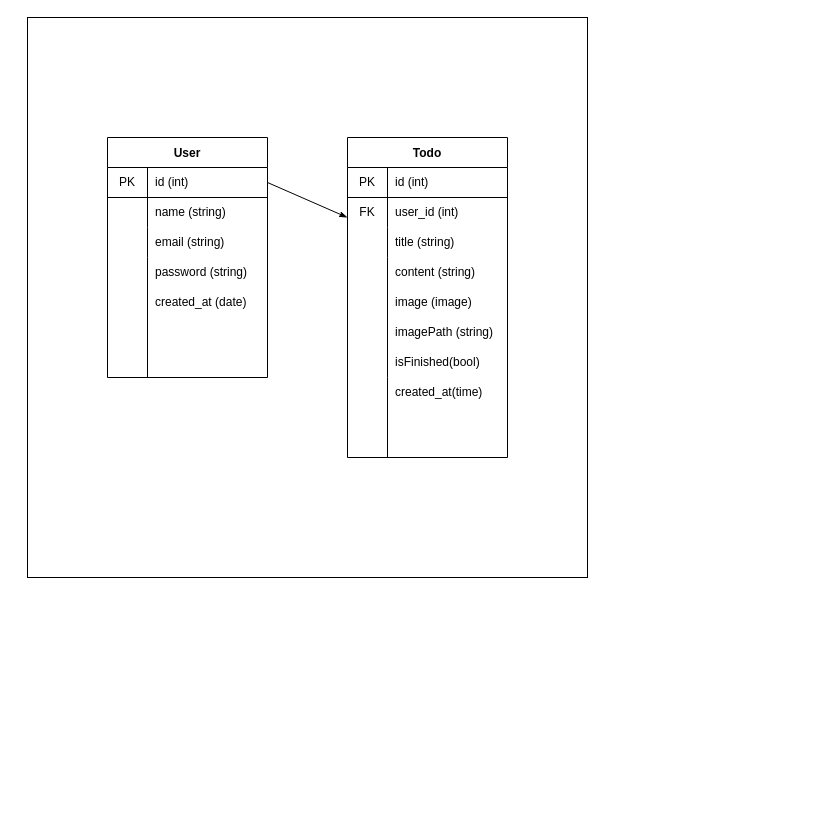
Earlier version of the draw.io diagram api/assets/dev/ModelDesign/ER.dio (kory-jp/react_golang_mux). Source tidied: cells renumbered, new cells numbered last; positions are measured from the earlier drawing's top-left corner, leaving out a move shared by most shapes. Both pictures are drawn from the tidied source at 100%, with x=0, y=0 at pixel (27, 17).
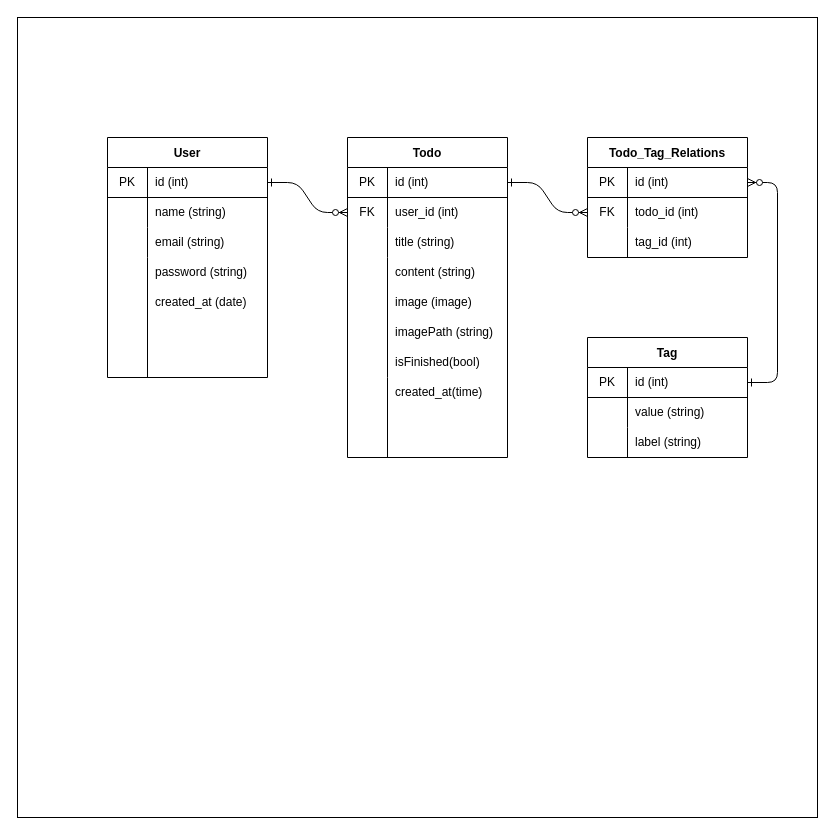
The same page after the edit.

Unchanged cells that the change refers to:
```xml
<mxCell id="4" style="shape=partialRectangle;html=1;whiteSpace=wrap;fillColor=none;top=0;left=0;bottom=1;right=0;points=[[0,0.5],[1,0.5]];portConstraint=eastwest;" parent="3" vertex="1">
  <mxGeometry y="30" width="160" height="30" as="geometry" />
</mxCell>
<mxCell id="19" style="shape=partialRectangle;html=1;whiteSpace=wrap;fillColor=none;top=0;left=0;bottom=1;right=0;points=[[0,0.5],[1,0.5]];portConstraint=eastwest;" parent="18" vertex="1">
  <mxGeometry y="30" width="160" height="30" as="geometry" />
</mxCell>
<mxCell id="22" style="shape=partialRectangle;html=1;whiteSpace=wrap;fillColor=none;top=0;left=0;bottom=0;right=0;points=[[0,0.5],[1,0.5]];portConstraint=eastwest;" parent="18" vertex="1">
  <mxGeometry y="60" width="160" height="30" as="geometry" />
</mxCell>
```

The edit, as a diff of the source:
```diff
@@
     <mxCell id="2" style="whiteSpace=wrap;html=1;fillColor=default;" parent="1" vertex="1">
-      <mxGeometry width="560" height="560" as="geometry" />
+      <mxGeometry x="-10" width="800" height="800" as="geometry" />
     </mxCell>
@@
+    <mxCell id="36" value="Todo_Tag_Relations" style="shape=table;startSize=30;childLayout=tableLayout;rowLines=0;fontStyle=1;align=center;fillColor=default;" parent="1" vertex="1">
+      <mxGeometry x="560" y="120" width="160" height="120" as="geometry" />
+    </mxCell>
+    <mxCell id="37" style="shape=partialRectangle;html=1;whiteSpace=wrap;fillColor=none;top=0;left=0;bottom=1;right=0;points=[[0,0.5],[1,0.5]];portConstraint=eastwest;" parent="36" vertex="1">
+      <mxGeometry y="30" width="160" height="30" as="geometry" />
+    </mxCell>
+    <mxCell id="38" value="PK" style="shape=partialRectangle;html=1;whiteSpace=wrap;fillColor=none;top=0;left=0;bottom=0;right=0;overflow=hidden;" parent="37" vertex="1">
+      <mxGeometry width="40" height="30" as="geometry" />
+    </mxCell>
+    <mxCell id="39" value="id (int)" style="shape=partialRectangle;html=1;whiteSpace=wrap;fillColor=none;top=0;left=0;bottom=0;right=0;align=left;spacingLeft=6;overflow=hidden;" parent="37" vertex="1">
+      <mxGeometry x="40" width="120" height="30" as="geometry" />
+    </mxCell>
+    <mxCell id="40" style="shape=partialRectangle;html=1;whiteSpace=wrap;fillColor=none;top=0;left=0;bottom=0;right=0;points=[[0,0.5],[1,0.5]];portConstraint=eastwest;" parent="36" vertex="1">
+      <mxGeometry y="60" width="160" height="30" as="geometry" />
+    </mxCell>
+    <mxCell id="41" value="FK" style="shape=partialRectangle;html=1;whiteSpace=wrap;fillColor=none;top=0;left=0;bottom=0;right=0;overflow=hidden;" parent="40" vertex="1">
+      <mxGeometry width="40" height="30" as="geometry" />
+    </mxCell>
+    <mxCell id="42" value="todo_id (int)" style="shape=partialRectangle;html=1;whiteSpace=wrap;fillColor=none;top=0;left=0;bottom=0;right=0;align=left;spacingLeft=6;overflow=hidden;" parent="40" vertex="1">
+      <mxGeometry x="40" width="120" height="30" as="geometry" />
+    </mxCell>
+    <mxCell id="43" style="shape=partialRectangle;html=1;whiteSpace=wrap;fillColor=none;top=0;left=0;bottom=0;right=0;" parent="36" vertex="1">
+      <mxGeometry y="90" width="160" height="30" as="geometry" />
+    </mxCell>
+    <mxCell id="44" style="shape=partialRectangle;html=1;whiteSpace=wrap;fillColor=none;top=0;left=0;bottom=0;right=0;overflow=hidden;" parent="43" vertex="1">
+      <mxGeometry width="40" height="30" as="geometry" />
+    </mxCell>
+    <mxCell id="45" value="tag_id (int)" style="shape=partialRectangle;html=1;whiteSpace=wrap;fillColor=none;top=0;left=0;bottom=0;right=0;align=left;spacingLeft=6;overflow=hidden;" parent="43" vertex="1">
+      <mxGeometry x="40" width="120" height="30" as="geometry" />
+    </mxCell>
+    <mxCell id="46" value="Tag" style="shape=table;startSize=30;childLayout=tableLayout;rowLines=0;fontStyle=1;align=center;fillColor=default;" parent="1" vertex="1">
+      <mxGeometry x="560" y="320" width="160" height="120" as="geometry" />
+    </mxCell>
+    <mxCell id="47" style="shape=partialRectangle;html=1;whiteSpace=wrap;fillColor=none;top=0;left=0;bottom=1;right=0;points=[[0,0.5],[1,0.5]];portConstraint=eastwest;" parent="46" vertex="1">
+      <mxGeometry y="30" width="160" height="30" as="geometry" />
+    </mxCell>
+    <mxCell id="48" value="PK" style="shape=partialRectangle;html=1;whiteSpace=wrap;fillColor=none;top=0;left=0;bottom=0;right=0;overflow=hidden;" parent="47" vertex="1">
+      <mxGeometry width="40" height="30" as="geometry" />
+    </mxCell>
+    <mxCell id="49" value="id (int)" style="shape=partialRectangle;html=1;whiteSpace=wrap;fillColor=none;top=0;left=0;bottom=0;right=0;align=left;spacingLeft=6;overflow=hidden;" parent="47" vertex="1">
+      <mxGeometry x="40" width="120" height="30" as="geometry" />
+    </mxCell>
+    <mxCell id="50" style="shape=partialRectangle;html=1;whiteSpace=wrap;fillColor=none;top=0;left=0;bottom=0;right=0;" parent="46" vertex="1">
+      <mxGeometry y="60" width="160" height="30" as="geometry" />
+    </mxCell>
+    <mxCell id="51" style="shape=partialRectangle;html=1;whiteSpace=wrap;fillColor=none;top=0;left=0;bottom=0;right=0;overflow=hidden;" parent="50" vertex="1">
+      <mxGeometry width="40" height="30" as="geometry" />
+    </mxCell>
+    <mxCell id="52" value="value (string)" style="shape=partialRectangle;html=1;whiteSpace=wrap;fillColor=none;top=0;left=0;bottom=0;right=0;align=left;spacingLeft=6;overflow=hidden;" parent="50" vertex="1">
+      <mxGeometry x="40" width="120" height="30" as="geometry" />
+    </mxCell>
+    <mxCell id="53" style="shape=partialRectangle;html=1;whiteSpace=wrap;fillColor=none;top=0;left=0;bottom=0;right=0;" parent="46" vertex="1">
+      <mxGeometry y="90" width="160" height="30" as="geometry" />
+    </mxCell>
+    <mxCell id="54" style="shape=partialRectangle;html=1;whiteSpace=wrap;fillColor=none;top=0;left=0;bottom=0;right=0;overflow=hidden;" parent="53" vertex="1">
+      <mxGeometry width="40" height="30" as="geometry" />
+    </mxCell>
+    <mxCell id="55" value="label (string)" style="shape=partialRectangle;html=1;whiteSpace=wrap;fillColor=none;top=0;left=0;bottom=0;right=0;align=left;spacingLeft=6;overflow=hidden;" parent="53" vertex="1">
+      <mxGeometry x="40" width="120" height="30" as="geometry" />
+    </mxCell>
-    <mxCell id="35" style="edgeStyle=none;html=1;exitX=1;exitY=0.5;exitDx=0;exitDy=0;entryX=0;entryY=0.667;entryDx=0;entryDy=0;entryPerimeter=0;endArrow=classicThin;endFill=1;startArrow=none;startFill=0;" parent="1" edge="1" source="4" target="22">
+    <mxCell id="35" style="edgeStyle=entityRelationEdgeStyle;fontSize=12;html=1;endArrow=ERzeroToMany;startArrow=ERone;entryX=0;entryY=0.5;entryDx=0;entryDy=0;exitX=1;exitY=0.5;exitDx=0;exitDy=0;startFill=0;" parent="1" edge="1" source="4" target="22">
       <mxGeometry relative="1" as="geometry" />
     </mxCell>
+    <mxCell id="56" style="edgeStyle=entityRelationEdgeStyle;fontSize=12;html=1;endArrow=ERzeroToMany;startArrow=ERone;exitX=1;exitY=0.5;exitDx=0;exitDy=0;entryX=0;entryY=0.5;entryDx=0;entryDy=0;startFill=0;" parent="1" edge="1" source="19" target="40">
+      <mxGeometry relative="1" as="geometry" />
+    </mxCell>
+    <mxCell id="57" style="edgeStyle=entityRelationEdgeStyle;fontSize=12;html=1;endArrow=ERzeroToMany;startArrow=ERone;exitX=1;exitY=0.5;exitDx=0;exitDy=0;entryX=1;entryY=0.5;entryDx=0;entryDy=0;startFill=0;" parent="1" edge="1" source="47" target="37">
+      <mxGeometry relative="1" as="geometry" />
+    </mxCell>
```
